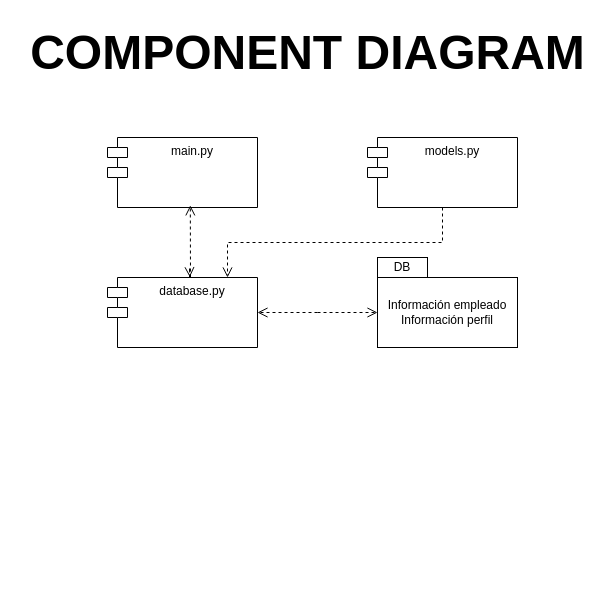
Gemu03/FastApi2 keeps this draw.io diagram as page "COMPONENT DIAGRAM" (2 of 3) of app/docs/DiagramasCOMPACKDATA.drawio. Above is the earlier version. Source tidied: cells renumbered, new cells numbered last; positions are measured from the earlier drawing's top-left corner, leaving out a move shared by most shapes. Both pictures are drawn from the tidied source at 100%, with x=0, y=0 at pixel (17, 17).
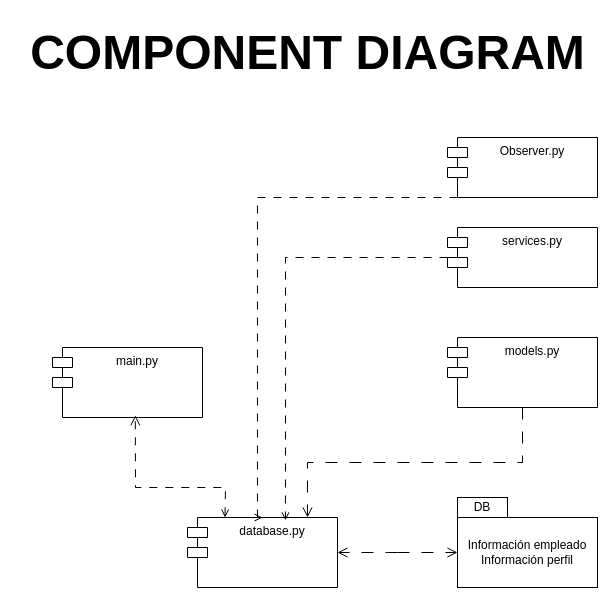
After the change.

The edit, as a diff of the source:
```diff
@@
     <mxCell id="2" value="database.py" style="shape=module;align=left;spacingLeft=20;align=center;verticalAlign=top;whiteSpace=wrap;html=1;" parent="1" vertex="1">
-      <mxGeometry x="90" y="260" width="150" height="70" as="geometry" />
+      <mxGeometry x="170" y="500" width="150" height="70" as="geometry" />
     </mxCell>
     <mxCell id="3" value="main.py" style="shape=module;align=left;spacingLeft=20;align=center;verticalAlign=top;whiteSpace=wrap;html=1;" parent="1" vertex="1">
-      <mxGeometry x="90" y="120" width="150" height="70" as="geometry" />
+      <mxGeometry x="35" y="330" width="150" height="70" as="geometry" />
     </mxCell>
     <mxCell id="4" value="models.py" style="shape=module;align=left;spacingLeft=20;align=center;verticalAlign=top;whiteSpace=wrap;html=1;" parent="1" vertex="1">
-      <mxGeometry x="350" y="120" width="150" height="70" as="geometry" />
+      <mxGeometry x="430" y="320" width="150" height="70" as="geometry" />
     </mxCell>
     <mxCell id="5" value="Información empleado&lt;div&gt;&lt;span style=&quot;background-color: initial;&quot;&gt;Información perfil&lt;/span&gt;&lt;/div&gt;" style="whiteSpace=wrap;html=1;align=center;" parent="1" vertex="1">
-      <mxGeometry x="360" y="260" width="140" height="70" as="geometry" />
+      <mxGeometry x="440" y="500" width="140" height="70" as="geometry" />
     </mxCell>
     <mxCell id="6" value="DB" style="whiteSpace=wrap;html=1;align=center;" parent="1" vertex="1">
-      <mxGeometry x="360" y="240" width="50" height="20" as="geometry" />
+      <mxGeometry x="440" y="480" width="50" height="20" as="geometry" />
     </mxCell>
@@
-    <mxCell id="8" style="html=1;verticalAlign=bottom;endArrow=open;dashed=1;endSize=8;curved=0;rounded=0;entryX=0.552;entryY=0.969;entryDx=0;entryDy=0;entryPerimeter=0;" parent="1" edge="1" target="3">
+    <mxCell id="8" style="html=1;verticalAlign=bottom;endArrow=open;dashed=1;endSize=8;curved=0;rounded=0;entryX=0.552;entryY=0.969;entryDx=0;entryDy=0;entryPerimeter=0;dashPattern=8 8;exitX=0.25;exitY=0;exitDx=0;exitDy=0;endFill=0;startArrow=open;startFill=0;" parent="1" edge="1" source="2" target="3">
       <mxGeometry relative="1" as="geometry">
-        <mxPoint x="173" y="260" as="sourcePoint" />
+        <Array as="points">
+          <mxPoint x="208" y="470" />
+          <mxPoint x="118" y="470" />
+        </Array>
       </mxGeometry>
     </mxCell>
-    <mxCell id="9" style="html=1;verticalAlign=bottom;endArrow=open;dashed=1;endSize=8;curved=0;rounded=0;entryX=0.549;entryY=-0.004;entryDx=0;entryDy=0;entryPerimeter=0;" parent="1" edge="1" target="2">
-      <mxGeometry relative="1" as="geometry">
-        <mxPoint x="172" y="260" as="sourcePoint" />
-        <Array as="points">
-          <mxPoint x="172" y="250" />
-        </Array>
-      </mxGeometry>
-    </mxCell>
-    <mxCell id="10" style="html=1;verticalAlign=bottom;endArrow=open;dashed=1;endSize=8;rounded=0;entryX=0.8;entryY=0;entryDx=0;entryDy=0;entryPerimeter=0;exitX=0.5;exitY=1;exitDx=0;exitDy=0;edgeStyle=elbowEdgeStyle;elbow=vertical;" parent="1" edge="1" source="4" target="2">
+    <mxCell id="10" style="html=1;verticalAlign=bottom;endArrow=open;dashed=1;endSize=8;rounded=0;entryX=0.8;entryY=0;entryDx=0;entryDy=0;entryPerimeter=0;exitX=0.5;exitY=1;exitDx=0;exitDy=0;edgeStyle=elbowEdgeStyle;elbow=vertical;dashPattern=12 12;" parent="1" edge="1" source="4" target="2">
       <mxGeometry relative="1" as="geometry" />
     </mxCell>
-    <mxCell id="11" style="html=1;verticalAlign=bottom;endArrow=open;dashed=1;endSize=8;curved=0;rounded=0;entryX=0;entryY=0.5;entryDx=0;entryDy=0;" parent="1" edge="1" target="5">
+    <mxCell id="11" style="html=1;verticalAlign=bottom;endArrow=open;dashed=1;endSize=8;curved=0;rounded=0;entryX=0;entryY=0.5;entryDx=0;entryDy=0;dashPattern=12 12;" parent="1" edge="1" target="5">
       <mxGeometry relative="1" as="geometry">
-        <mxPoint x="300" y="295" as="sourcePoint" />
+        <mxPoint x="380" y="535" as="sourcePoint" />
       </mxGeometry>
     </mxCell>
-    <mxCell id="12" style="html=1;verticalAlign=bottom;endArrow=open;dashed=1;endSize=8;curved=0;rounded=0;entryX=1;entryY=0.5;entryDx=0;entryDy=0;" parent="1" edge="1" target="2">
+    <mxCell id="12" style="html=1;verticalAlign=bottom;endArrow=open;dashed=1;endSize=8;curved=0;rounded=0;entryX=1;entryY=0.5;entryDx=0;entryDy=0;dashPattern=12 12;" parent="1" edge="1" target="2">
       <mxGeometry relative="1" as="geometry">
-        <mxPoint x="300" y="295" as="sourcePoint" />
+        <mxPoint x="380" y="535" as="sourcePoint" />
         <Array as="points">
-          <mxPoint x="290" y="295" />
+          <mxPoint x="370" y="535" />
         </Array>
       </mxGeometry>
     </mxCell>
+    <mxCell id="13" value="services.py" style="shape=module;align=left;spacingLeft=20;align=center;verticalAlign=top;whiteSpace=wrap;html=1;" parent="1" vertex="1">
+      <mxGeometry x="430" y="210" width="150" height="60" as="geometry" />
+    </mxCell>
+    <mxCell id="14" style="edgeStyle=orthogonalEdgeStyle;rounded=0;jettySize=auto;html=1;entryX=0.653;entryY=0.041;entryDx=0;entryDy=0;entryPerimeter=0;dashed=1;dashPattern=8 8;endArrow=open;endFill=0;" parent="1" edge="1" source="13" target="2">
+      <mxGeometry relative="1" as="geometry" />
+    </mxCell>
+    <mxCell id="15" value="Observer.py" style="shape=module;align=left;spacingLeft=20;align=center;verticalAlign=top;whiteSpace=wrap;html=1;" parent="1" vertex="1">
+      <mxGeometry x="430" y="120" width="150" height="60" as="geometry" />
+    </mxCell>
+    <mxCell id="16" style="edgeStyle=orthogonalEdgeStyle;rounded=0;jettySize=auto;html=1;dashed=1;dashPattern=8 8;endArrow=open;endFill=0;entryX=0.5;entryY=0;entryDx=0;entryDy=0;" parent="1" edge="1" target="2">
+      <mxGeometry relative="1" as="geometry">
+        <mxPoint x="440" y="180" as="sourcePoint" />
+        <Array as="points">
+          <mxPoint x="240" y="180" />
+          <mxPoint x="240" y="500" />
+        </Array>
+      </mxGeometry>
+    </mxCell>
```
